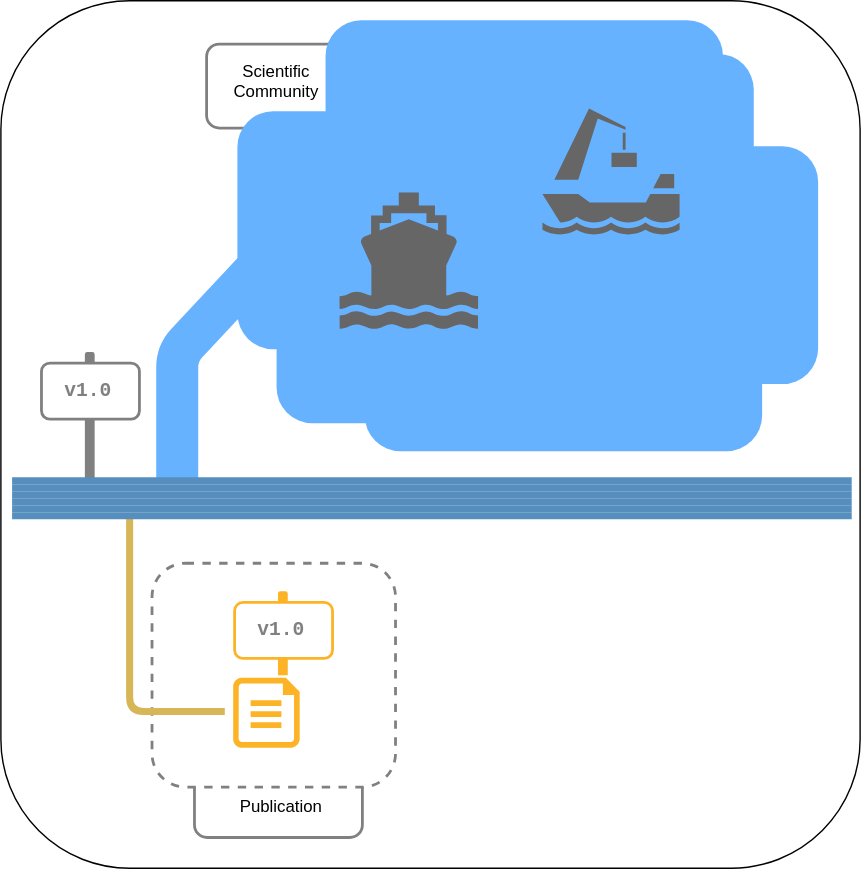
Above: 201800_GIN_Paper/GIN_Data_Flow_DRAFT_04b_Fig1e.svg in mpsonntag/prespost (draw.io), before the change. Source tidied: cells renumbered, new cells last; positions are measured from the earlier drawing's top-left corner, leaving out a move shared by most shapes.
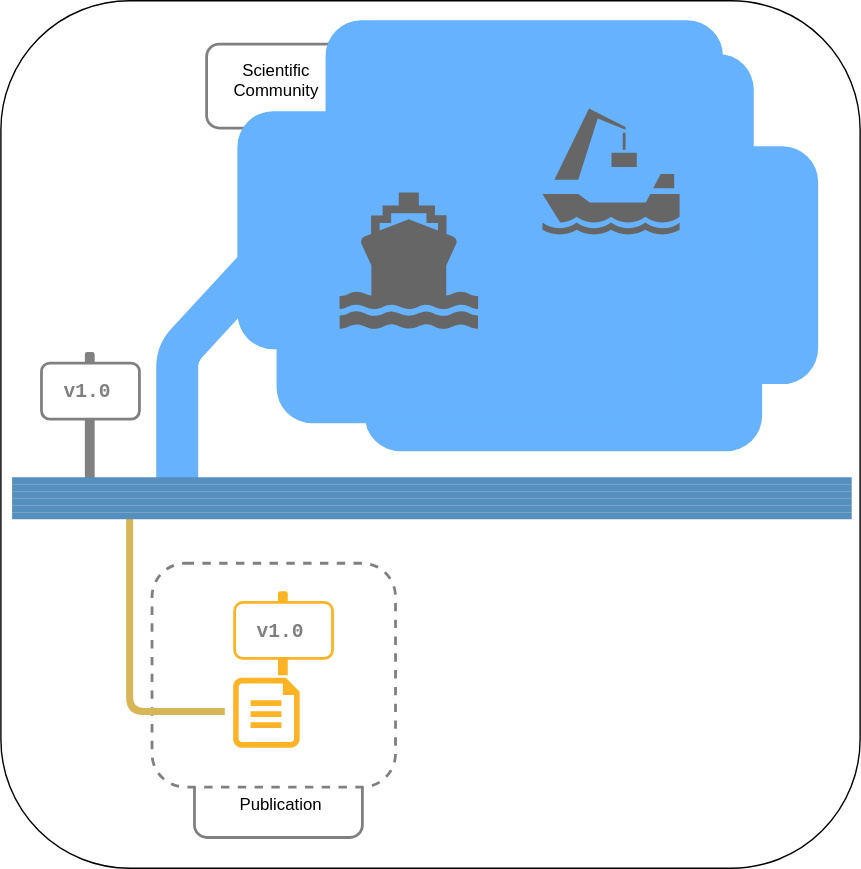
After the commit.

What changed in the source:
```diff
@@ -2,6 +2,9 @@
   <root>
     <mxCell id="0" />
     <mxCell id="1" parent="0" />
+    <mxCell id="36" style="rounded=1;whiteSpace=wrap;html=1;strokeColor=#000000;strokeWidth=1;fillColor=none;gradientColor=none;" parent="1" vertex="1">
+      <mxGeometry width="614" height="620" as="geometry" />
+    </mxCell>
     <mxCell id="2" style="rounded=1;whiteSpace=wrap;html=1;strokeColor=#808080;strokeWidth=2;fillColor=#ffffff;gradientColor=none;" parent="1" vertex="1">
       <mxGeometry x="147" y="31" width="120" height="60" as="geometry" />
     </mxCell>
@@ -46,7 +49,7 @@
         </Array>
       </mxGeometry>
     </mxCell>
-    <mxCell id="13" value="Publication" style="text;html=1;strokeColor=none;fillColor=none;align=center;verticalAlign=middle;whiteSpace=wrap;rounded=0;" parent="1" vertex="1">
+    <mxCell id="13" value="Publication" style="text;strokeColor=none;fillColor=none;align=center;verticalAlign=middle;rounded=0;" parent="1" vertex="1">
       <mxGeometry x="180.3" y="565" width="40" height="20" as="geometry" />
     </mxCell>
     <mxCell id="14" style="shape=mxgraph.signs.transportation.harbor;html=1;fillColor=#666666;strokeColor=none;verticalLabelPosition=bottom;verticalAlign=top;align=center;" parent="1" vertex="1">
@@ -55,7 +58,7 @@
     <mxCell id="15" style="shape=mxgraph.signs.transportation.ship_2;html=1;fillColor=#666666;strokeColor=none;verticalLabelPosition=bottom;verticalAlign=top;align=center;" parent="1" vertex="1">
       <mxGeometry x="242" y="137" width="99" height="98" as="geometry" />
     </mxCell>
-    <mxCell id="16" value="Scientific Community" style="text;html=1;strokeColor=none;fillColor=none;align=center;verticalAlign=middle;whiteSpace=wrap;rounded=0;" parent="1" vertex="1">
+    <mxCell id="16" value="Scientific&#10;Community" style="text;strokeColor=none;fillColor=none;align=center;verticalAlign=middle;rounded=0;" parent="1" vertex="1">
       <mxGeometry x="177" y="44" width="40" height="27" as="geometry" />
     </mxCell>
     <mxCell id="17" style="group;" parent="1" vertex="1">
@@ -70,7 +73,7 @@
     <mxCell id="20" style="rounded=1;whiteSpace=wrap;html=1;strokeColor=#808080;strokeWidth=2;fillColor=#ffffff;gradientColor=none;" parent="19" vertex="1">
       <mxGeometry width="70" height="40" as="geometry" />
     </mxCell>
-    <mxCell id="21" value="&lt;font face=&quot;Courier New&quot; style=&quot;font-size: 14px&quot;&gt;v1.0&lt;/font&gt;" style="text;html=1;strokeColor=none;fillColor=none;align=center;verticalAlign=middle;whiteSpace=wrap;rounded=0;fontFamily=Verdana;fontSize=14;fontStyle=1;fontColor=#808080;" parent="19" vertex="1">
+    <mxCell id="21" value="v1.0" style="text;strokeColor=none;fillColor=none;align=center;verticalAlign=middle;rounded=0;fontFamily=Courier New;fontSize=14;fontStyle=1;fontColor=#808080;" parent="19" vertex="1">
       <mxGeometry x="13" y="10" width="40" height="20" as="geometry" />
     </mxCell>
     <mxCell id="22" style="group;" parent="1" vertex="1">
@@ -88,7 +91,7 @@
     <mxCell id="26" style="rounded=1;whiteSpace=wrap;html=1;strokeColor=#FCB426;strokeWidth=2;fillColor=#ffffff;gradientColor=none;" parent="25" vertex="1">
       <mxGeometry width="70" height="40" as="geometry" />
     </mxCell>
-    <mxCell id="27" value="&lt;font face=&quot;Courier New&quot; style=&quot;font-size: 14px&quot;&gt;v1.0&lt;/font&gt;" style="text;html=1;strokeColor=none;fillColor=none;align=center;verticalAlign=middle;whiteSpace=wrap;rounded=0;fontFamily=Verdana;fontSize=14;fontStyle=1;fontColor=#808080;" parent="25" vertex="1">
+    <mxCell id="27" value="v1.0" style="text;strokeColor=none;fillColor=none;align=center;verticalAlign=middle;rounded=0;fontFamily=Courier New;fontSize=14;fontStyle=1;fontColor=#808080;" parent="25" vertex="1">
       <mxGeometry x="13" y="10" width="40" height="20" as="geometry" />
     </mxCell>
     <mxCell id="28" style="rounded=1;whiteSpace=wrap;html=1;shadow=0;strokeColor=none;strokeWidth=1;fillColor=#ffffff;gradientColor=none;fontSize=14;fontColor=#808080;" parent="23" vertex="1">
@@ -133,8 +136,5 @@
         <mxPoint x="608" y="363" as="targetPoint" />
       </mxGeometry>
     </mxCell>
-    <mxCell id="36" style="rounded=1;whiteSpace=wrap;html=1;strokeColor=#000000;strokeWidth=1;fillColor=none;gradientColor=none;" parent="1" vertex="1">
-      <mxGeometry width="614" height="620" as="geometry" />
-    </mxCell>
   </root>
 </mxGraphModel>
```
